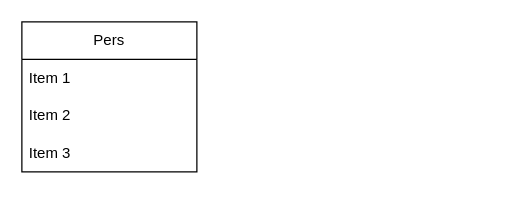
Earlier version of the draw.io diagram mcd.drawio (Maminjatovo/Mcd_hack_it_supernova). Source tidied: cells renumbered, new cells numbered last; positions are measured from the earlier drawing's top-left corner, leaving out a move shared by most shapes. Both pictures are drawn from the tidied source at 125%, with x=0, y=0 at pixel (21, 21).
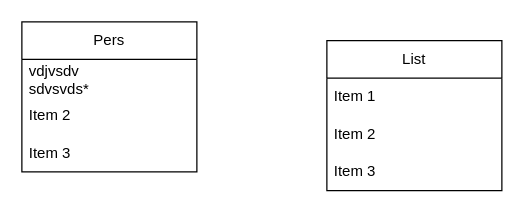
Above is the later version.

Commit message:
Mettre à jour mcd.drawio

The edit, as a diff of the source:
```diff
@@
 <mxGraphModel>
   <root>
     <mxCell id="0" />
     <mxCell id="1" parent="0" />
     <mxCell id="2" value="Pers" style="swimlane;fontStyle=0;horizontal=1;startSize=30;whiteSpace=wrap;html=1;" parent="1" vertex="1">
       <mxGeometry width="140" height="120" as="geometry" />
     </mxCell>
-    <mxCell id="3" value="Item 1" style="text;strokeColor=none;fillColor=none;align=left;verticalAlign=middle;spacingLeft=4;spacingRight=4;overflow=hidden;whiteSpace=wrap;html=1;" parent="2" vertex="1">
+    <mxCell id="3" value="&lt;div&gt;vdjvsdv&lt;/div&gt;&lt;div&gt;sdvsvds*&lt;br&gt;&lt;/div&gt;" style="text;strokeColor=none;fillColor=none;align=left;verticalAlign=middle;spacingLeft=4;spacingRight=4;overflow=hidden;whiteSpace=wrap;html=1;" parent="2" vertex="1">
       <mxGeometry y="30" width="140" height="30" as="geometry" />
     </mxCell>
     <mxCell id="4" value="Item 2" style="text;strokeColor=none;fillColor=none;align=left;verticalAlign=middle;spacingLeft=4;spacingRight=4;overflow=hidden;whiteSpace=wrap;html=1;" parent="2" vertex="1">
       <mxGeometry y="60" width="140" height="30" as="geometry" />
     </mxCell>
     <mxCell id="5" value="Item 3" style="text;strokeColor=none;fillColor=none;align=left;verticalAlign=middle;spacingLeft=4;spacingRight=4;overflow=hidden;whiteSpace=wrap;html=1;" parent="2" vertex="1">
       <mxGeometry y="90" width="140" height="30" as="geometry" />
     </mxCell>
+    <mxCell id="6" value="List" style="swimlane;fontStyle=0;horizontal=1;startSize=30;whiteSpace=wrap;html=1;" parent="1" vertex="1">
+      <mxGeometry x="244" y="15" width="140" height="120" as="geometry" />
+    </mxCell>
+    <mxCell id="7" value="Item 1" style="text;strokeColor=none;fillColor=none;align=left;verticalAlign=middle;spacingLeft=4;spacingRight=4;overflow=hidden;whiteSpace=wrap;html=1;" parent="6" vertex="1">
+      <mxGeometry y="30" width="140" height="30" as="geometry" />
+    </mxCell>
+    <mxCell id="8" value="Item 2" style="text;strokeColor=none;fillColor=none;align=left;verticalAlign=middle;spacingLeft=4;spacingRight=4;overflow=hidden;whiteSpace=wrap;html=1;" parent="6" vertex="1">
+      <mxGeometry y="60" width="140" height="30" as="geometry" />
+    </mxCell>
+    <mxCell id="9" value="Item 3" style="text;strokeColor=none;fillColor=none;align=left;verticalAlign=middle;spacingLeft=4;spacingRight=4;overflow=hidden;whiteSpace=wrap;html=1;" parent="6" vertex="1">
+      <mxGeometry y="90" width="140" height="30" as="geometry" />
+    </mxCell>
   </root>
 </mxGraphModel>
```
